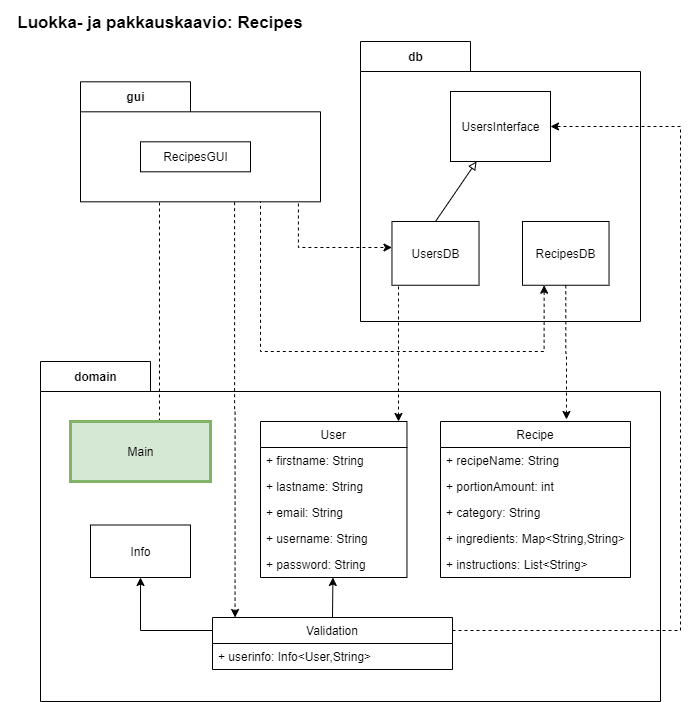
Above: dokumentaatio/arkkitehtuuri/Pakkaus_ja_luokkakaavio-Recipes.png in a-bzzzz/ot-harjoitustyo (draw.io), before the change. Source tidied: cells renumbered, new cells last; positions are measured from the earlier drawing's top-left corner, leaving out a move shared by most shapes.
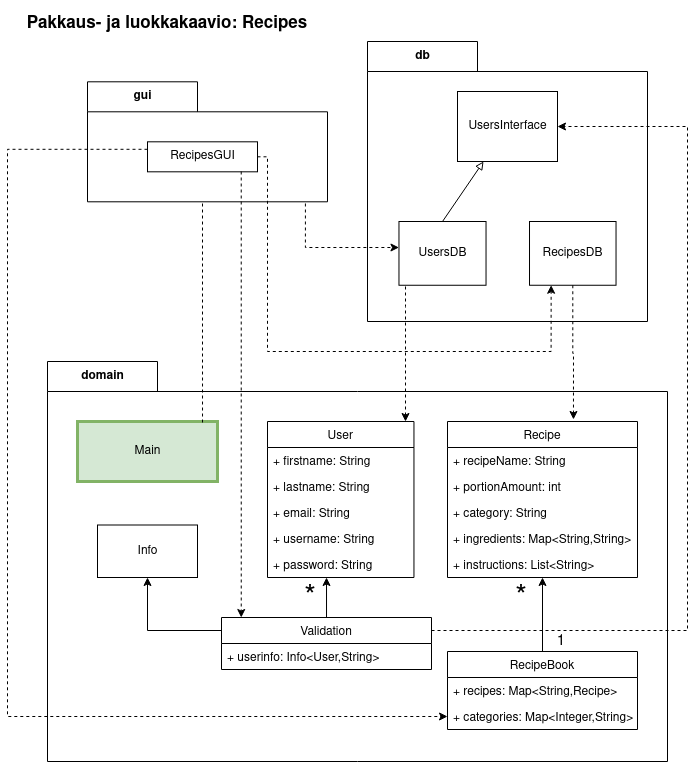
Above is the later version.

What changed in the source:
```diff
@@ -3,30 +3,24 @@
     <mxCell id="0" />
     <mxCell id="1" parent="0" />
     <mxCell id="2" value="domain" style="shape=folder;fontStyle=1;tabWidth=110;tabHeight=30;tabPosition=left;html=1;boundedLbl=1;labelInHeader=1;" parent="1" vertex="1">
-      <mxGeometry x="40" y="361" width="620" height="340" as="geometry" />
+      <mxGeometry x="40" y="361" width="620" height="400" as="geometry" />
     </mxCell>
-    <mxCell id="3" style="edgeStyle=orthogonalEdgeStyle;rounded=0;orthogonalLoop=1;jettySize=auto;html=1;exitX=0.5;exitY=0;exitDx=0;exitDy=0;dashed=1;entryX=0.25;entryY=1;entryDx=0;entryDy=0;entryPerimeter=0;" parent="2" edge="1">
-      <mxGeometry relative="1" as="geometry">
-        <mxPoint x="119" y="60" as="sourcePoint" />
-        <mxPoint x="119" y="-229.7" as="targetPoint" />
-      </mxGeometry>
-    </mxCell>
     <mxCell id="4" value="Main" style="html=1;fillColor=#d5e8d4;strokeColor=#82b366;strokeWidth=3;" parent="2" vertex="1">
       <mxGeometry width="140" height="60" relative="1" as="geometry">
         <mxPoint x="30" y="60" as="offset" />
       </mxGeometry>
     </mxCell>
-    <mxCell id="5" style="rounded=0;jettySize=auto;html=1;exitX=0.5;exitY=0;exitDx=0;exitDy=0;endArrow=classic;endFill=1;" parent="2" edge="1" source="7" target="9">
-      <mxGeometry relative="1" as="geometry" />
-    </mxCell>
     <mxCell id="6" style="edgeStyle=orthogonalEdgeStyle;rounded=0;jettySize=auto;html=1;exitX=0;exitY=0.25;exitDx=0;exitDy=0;endArrow=classic;endFill=1;" parent="2" edge="1" source="7" target="21">
       <mxGeometry relative="1" as="geometry" />
     </mxCell>
+    <mxCell id="36" style="edgeStyle=orthogonalEdgeStyle;rounded=0;jettySize=auto;html=1;entryX=0.403;entryY=1;entryDx=0;entryDy=0;entryPerimeter=0;" parent="2" edge="1" source="7" target="14">
+      <mxGeometry relative="1" as="geometry" />
+    </mxCell>
     <mxCell id="7" value="Validation" style="swimlane;fontStyle=0;horizontal=1;startSize=26;fillColor=none;strokeWidth=1;" parent="2" vertex="1">
-      <mxGeometry x="172" y="256" width="240" height="52" as="geometry" />
+      <mxGeometry x="174" y="256" width="210" height="52" as="geometry" />
     </mxCell>
     <mxCell id="8" value="+ userinfo: Info&lt;User,String&gt;" style="text;strokeColor=none;fillColor=none;align=left;verticalAlign=top;spacingLeft=4;spacingRight=4;overflow=hidden;" parent="7" vertex="1">
-      <mxGeometry y="26" width="240" height="26" as="geometry" />
+      <mxGeometry y="26" width="210" height="26" as="geometry" />
     </mxCell>
     <mxCell id="9" value="User" style="swimlane;fontStyle=0;horizontal=1;startSize=26;fillColor=none;strokeWidth=1;" parent="2" vertex="1">
       <mxGeometry x="220" y="60" width="146.5" height="156" as="geometry" />
@@ -67,6 +61,46 @@
     <mxCell id="21" value="Info" style="html=1;" parent="2" vertex="1">
       <mxGeometry x="50" y="163.5" width="100" height="52.5" as="geometry" />
     </mxCell>
+    <mxCell id="37" style="edgeStyle=orthogonalEdgeStyle;rounded=0;jettySize=auto;html=1;entryX=0.5;entryY=1;entryDx=0;entryDy=0;exitX=0.893;exitY=0.017;exitDx=0;exitDy=0;exitPerimeter=0;dashed=1;" parent="2" edge="1" source="4" target="31">
+      <mxGeometry relative="1" as="geometry" />
+    </mxCell>
+    <mxCell id="38" style="edgeStyle=orthogonalEdgeStyle;rounded=0;jettySize=auto;html=1;exitX=0.5;exitY=0;exitDx=0;exitDy=0;entryX=0.5;entryY=1;entryDx=0;entryDy=0;" parent="2" edge="1" source="39" target="15">
+      <mxGeometry relative="1" as="geometry" />
+    </mxCell>
+    <mxCell id="39" value="RecipeBook" style="swimlane;fontStyle=0;horizontal=1;startSize=26;fillColor=none;strokeWidth=1;" parent="2" vertex="1">
+      <mxGeometry x="400" y="290" width="190" height="78" as="geometry" />
+    </mxCell>
+    <mxCell id="40" value="+ recipes: Map&lt;String,Recipe&gt;" style="text;strokeColor=none;fillColor=none;align=left;verticalAlign=top;spacingLeft=4;spacingRight=4;overflow=hidden;" parent="39" vertex="1">
+      <mxGeometry y="26" width="190" height="26" as="geometry" />
+    </mxCell>
+    <mxCell id="41" value="+ categories: Map&lt;Integer,String&gt;" style="text;strokeColor=none;fillColor=none;align=left;verticalAlign=top;spacingLeft=4;spacingRight=4;overflow=hidden;points=[[0,0.5],[1,0.5]];portConstraint=eastwest;" parent="39" vertex="1">
+      <mxGeometry y="52" width="190" height="26" as="geometry" />
+    </mxCell>
+    <mxCell id="42" value="&lt;font style=&quot;font-size: 30px&quot;&gt;*&lt;/font&gt;" style="text;html=1;strokeColor=none;fillColor=none;align=center;verticalAlign=middle;whiteSpace=wrap;rounded=0;" parent="2" vertex="1">
+      <mxGeometry x="243" y="228" width="40" height="20" as="geometry" />
+    </mxCell>
+    <mxCell id="43" value="&lt;font style=&quot;font-size: 30px&quot;&gt;*&lt;/font&gt;" style="text;html=1;strokeColor=none;fillColor=none;align=center;verticalAlign=middle;whiteSpace=wrap;rounded=0;" parent="2" vertex="1">
+      <mxGeometry x="454" y="228" width="40" height="20" as="geometry" />
+    </mxCell>
+    <mxCell id="44" value="&lt;font style=&quot;font-size: 15px&quot;&gt;1&lt;/font&gt;" style="text;html=1;strokeColor=none;fillColor=none;align=center;verticalAlign=middle;whiteSpace=wrap;rounded=0;" parent="2" vertex="1">
+      <mxGeometry x="494" y="270" width="40" height="20" as="geometry" />
+    </mxCell>
+    <mxCell id="30" value="gui" style="shape=folder;fontStyle=1;tabWidth=110;tabHeight=30;tabPosition=left;html=1;boundedLbl=1;labelInHeader=1;" parent="1" vertex="1">
+      <mxGeometry x="80" y="81.3" width="240" height="120" as="geometry" />
+    </mxCell>
+    <mxCell id="45" style="edgeStyle=orthogonalEdgeStyle;rounded=0;jettySize=auto;html=1;exitX=0;exitY=0.25;exitDx=0;exitDy=0;entryX=0;entryY=0.5;entryDx=0;entryDy=0;dashed=1;" parent="30" edge="1" source="31" target="41">
+      <mxGeometry relative="1" as="geometry">
+        <Array as="points">
+          <mxPoint x="-80" y="67" />
+          <mxPoint x="-80" y="635" />
+        </Array>
+      </mxGeometry>
+    </mxCell>
+    <mxCell id="31" value="RecipesGUI" style="html=1;" parent="30" vertex="1">
+      <mxGeometry width="110" height="30" relative="1" as="geometry">
+        <mxPoint x="60" y="60" as="offset" />
+      </mxGeometry>
+    </mxCell>
     <mxCell id="22" value="db" style="shape=folder;fontStyle=1;tabWidth=110;tabHeight=30;tabPosition=left;html=1;boundedLbl=1;labelInHeader=1;" parent="1" vertex="1">
       <mxGeometry x="360" y="41" width="280" height="280" as="geometry" />
     </mxCell>
@@ -91,26 +125,18 @@
         </Array>
       </mxGeometry>
     </mxCell>
-    <mxCell id="28" style="edgeStyle=orthogonalEdgeStyle;rounded=0;jettySize=auto;html=1;exitX=0.75;exitY=1;exitDx=0;exitDy=0;exitPerimeter=0;dashed=1;entryX=0.25;entryY=1;entryDx=0;entryDy=0;" parent="1" edge="1" target="26">
+    <mxCell id="28" style="edgeStyle=orthogonalEdgeStyle;rounded=0;jettySize=auto;html=1;exitX=1;exitY=0.5;exitDx=0;exitDy=0;dashed=1;entryX=0.25;entryY=1;entryDx=0;entryDy=0;" parent="1" edge="1" source="31" target="26">
       <mxGeometry relative="1" as="geometry">
-        <mxPoint x="260" y="199.3" as="sourcePoint" />
         <Array as="points">
+          <mxPoint x="260" y="156" />
           <mxPoint x="260" y="351" />
           <mxPoint x="544" y="351" />
         </Array>
       </mxGeometry>
     </mxCell>
-    <mxCell id="29" style="edgeStyle=orthogonalEdgeStyle;rounded=0;jettySize=auto;html=1;exitX=0.642;exitY=1.003;exitDx=0;exitDy=0;exitPerimeter=0;entryX=0.094;entryY=0;entryDx=0;entryDy=0;dashed=1;entryPerimeter=0;" parent="1" edge="1" source="30" target="7">
+    <mxCell id="29" style="edgeStyle=orthogonalEdgeStyle;rounded=0;jettySize=auto;html=1;exitX=0.852;exitY=0.99;exitDx=0;exitDy=0;exitPerimeter=0;entryX=0.094;entryY=0;entryDx=0;entryDy=0;dashed=1;entryPerimeter=0;" parent="1" edge="1" source="31" target="7">
       <mxGeometry relative="1" as="geometry" />
     </mxCell>
-    <mxCell id="30" value="gui" style="shape=folder;fontStyle=1;tabWidth=110;tabHeight=30;tabPosition=left;html=1;boundedLbl=1;labelInHeader=1;" parent="1" vertex="1">
-      <mxGeometry x="80" y="81.3" width="240" height="120" as="geometry" />
-    </mxCell>
-    <mxCell id="31" value="RecipesGUI" style="html=1;" parent="30" vertex="1">
-      <mxGeometry width="110" height="30" relative="1" as="geometry">
-        <mxPoint x="60" y="60" as="offset" />
-      </mxGeometry>
-    </mxCell>
     <mxCell id="32" style="edgeStyle=orthogonalEdgeStyle;rounded=0;jettySize=auto;html=1;exitX=1;exitY=0.25;exitDx=0;exitDy=0;entryX=1;entryY=0.5;entryDx=0;entryDy=0;endArrow=classic;endFill=1;dashed=1;" parent="1" edge="1" source="7" target="23">
       <mxGeometry relative="1" as="geometry">
         <Array as="points">
@@ -132,7 +158,7 @@
         </Array>
       </mxGeometry>
     </mxCell>
-    <mxCell id="35" value="Luokka- ja pakkauskaavio: Recipes" style="text;align=center;fontStyle=1;verticalAlign=middle;spacingLeft=3;spacingRight=3;strokeColor=none;fontSize=17;" parent="1" vertex="1">
+    <mxCell id="35" value="Pakkaus- ja luokkakaavio: Recipes" style="text;align=center;fontStyle=1;verticalAlign=middle;spacingLeft=3;spacingRight=3;strokeColor=none;fontSize=17;" parent="1" vertex="1">
       <mxGeometry width="320" height="41" as="geometry" />
     </mxCell>
   </root>
```
